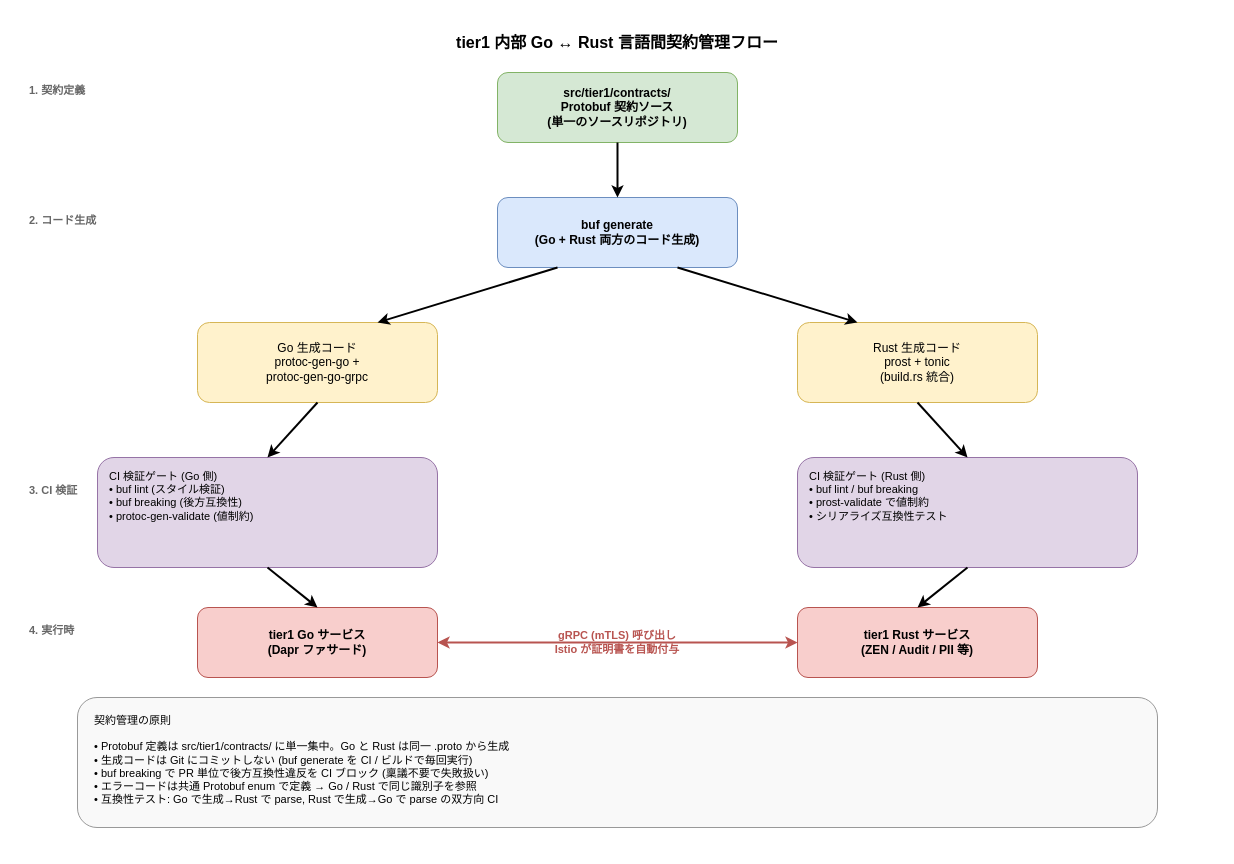
RyuheiKiso/k1s0 keeps this draw.io diagram as docs/02_構想設計/02_tier1設計/img/言語間契約フロー.drawio. Above is the earlier version. Source tidied: cells renumbered, new cells numbered last; positions are measured from the earlier drawing's top-left corner, leaving out a move shared by most shapes. Both pictures are drawn from the tidied source at 100%, with x=0, y=0 at pixel (17, 17).
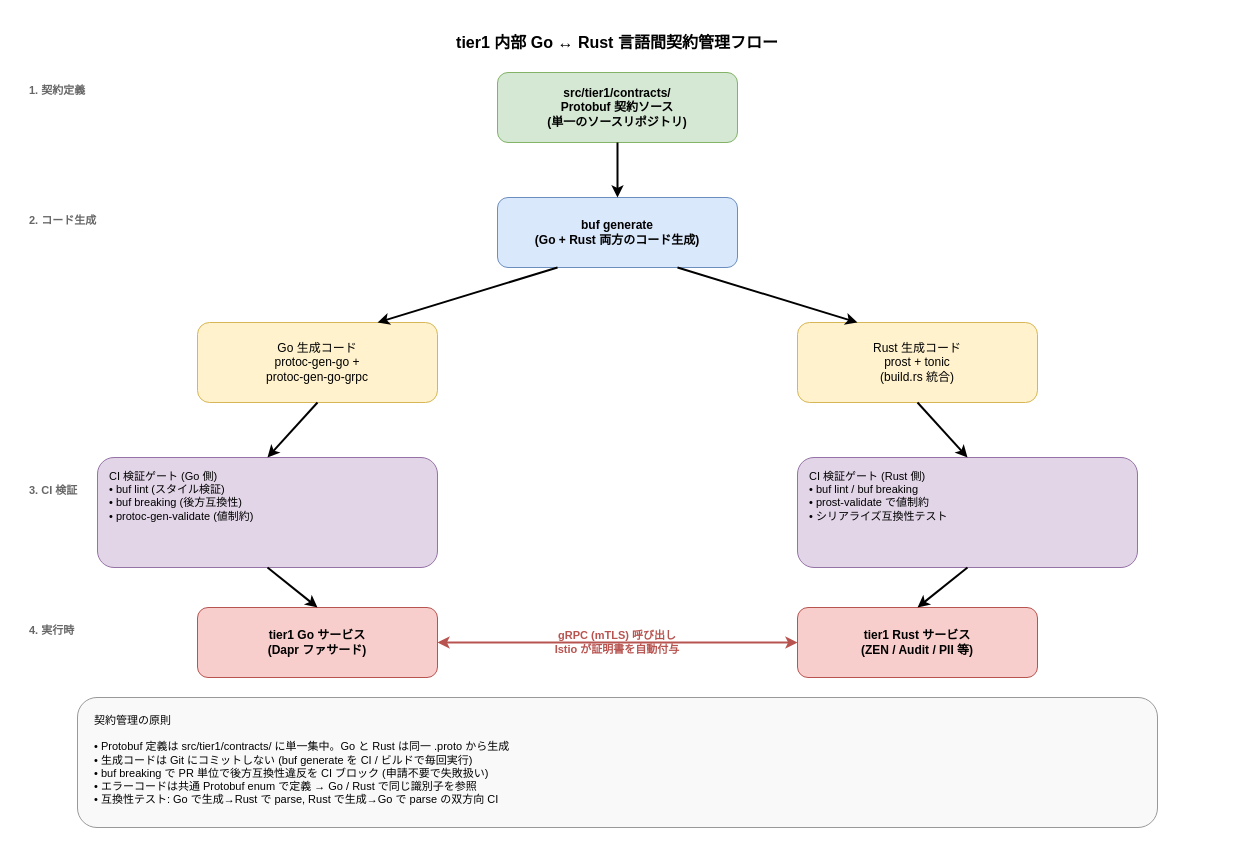
After the change.

Diff of the diagram source:
```diff
@@
-    <mxCell id="25" value="契約管理の原則&#10;&#10;• Protobuf 定義は src/tier1/contracts/ に単一集中。Go と Rust は同一 .proto から生成&#10;• 生成コードは Git にコミットしない (buf generate を CI / ビルドで毎回実行)&#10;• buf breaking で PR 単位で後方互換性違反を CI ブロック (稟議不要で失敗扱い)&#10;• エラーコードは共通 Protobuf enum で定義 → Go / Rust で同じ識別子を参照&#10;• 互換性テスト: Go で生成→Rust で parse, Rust で生成→Go で parse の双方向 CI" style="rounded=1;whiteSpace=wrap;html=1;fillColor=#F9F9F9;strokeColor=#999999;fontSize=11;align=left;verticalAlign=top;spacingLeft=15;spacingTop=10;spacingRight=15;" parent="1" vertex="1">
+    <mxCell id="25" value="契約管理の原則&#10;&#10;• Protobuf 定義は src/tier1/contracts/ に単一集中。Go と Rust は同一 .proto から生成&#10;• 生成コードは Git にコミットしない (buf generate を CI / ビルドで毎回実行)&#10;• buf breaking で PR 単位で後方互換性違反を CI ブロック (申請不要で失敗扱い)&#10;• エラーコードは共通 Protobuf enum で定義 → Go / Rust で同じ識別子を参照&#10;• 互換性テスト: Go で生成→Rust で parse, Rust で生成→Go で parse の双方向 CI" style="rounded=1;whiteSpace=wrap;html=1;fillColor=#F9F9F9;strokeColor=#999999;fontSize=11;align=left;verticalAlign=top;spacingLeft=15;spacingTop=10;spacingRight=15;" parent="1" vertex="1">
       <mxGeometry x="60" y="680" width="1080" height="130" as="geometry" />
     </mxCell>
```
